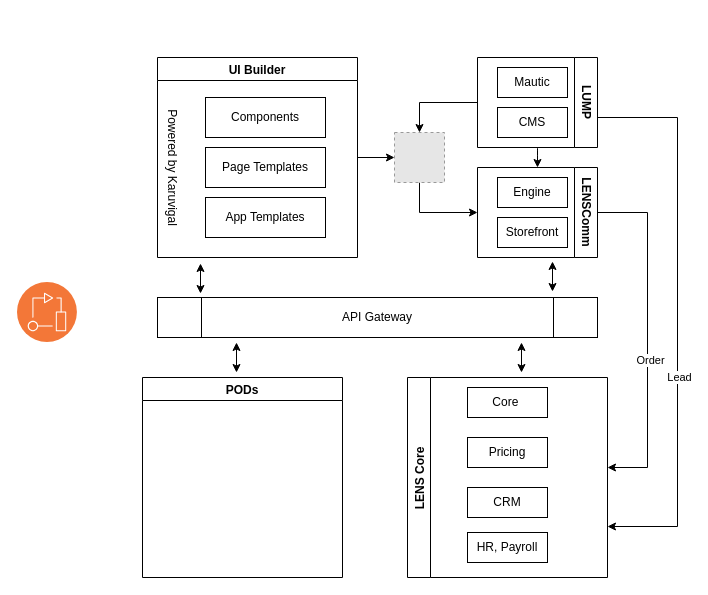
lmnaslimited/iyakkam keeps this draw.io diagram as page "Page-1" (1 of 2) of lens-hlighlevel-solution-architecture.drawio. Above is the earlier version. Source tidied: cells renumbered, new cells numbered last; positions are measured from the earlier drawing's top-left corner, leaving out a move shared by most shapes. Both pictures are drawn from the tidied source at 100%, with x=0, y=0 at pixel (17, 57). Pictures stored in the file or linked from it are replaced by grey dashed boxes.
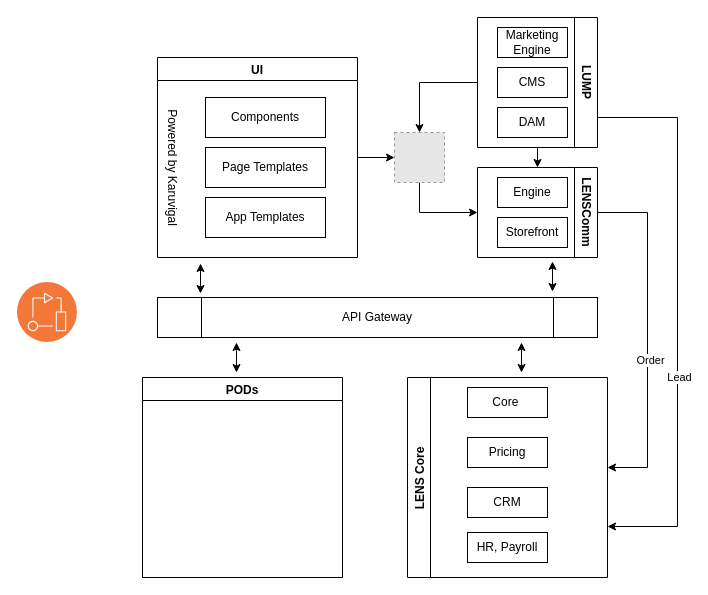
The same page after the edit.

Diff of the diagram source:
```diff
@@
-    <mxCell id="3" value="UI Builder" style="swimlane;" parent="1" vertex="1">
+    <mxCell id="3" value="UI" style="swimlane;" parent="1" vertex="1">
       <mxGeometry x="140" width="200" height="200" as="geometry" />
     </mxCell>
@@
     <mxCell id="12" value="LUMP" style="swimlane;horizontal=0;rotation=-180;" parent="1" vertex="1">
-      <mxGeometry x="460" width="120" height="90" as="geometry" />
+      <mxGeometry x="460" y="-40" width="120" height="130" as="geometry" />
     </mxCell>
@@
-    <mxCell id="14" value="Mautic" style="whiteSpace=wrap;html=1;" parent="12" vertex="1">
+    <mxCell id="14" value="Marketing Engine" style="whiteSpace=wrap;html=1;" parent="12" vertex="1">
       <mxGeometry x="20" y="10" width="70" height="30" as="geometry" />
     </mxCell>
+    <mxCell id="34" value="DAM" style="rounded=0;whiteSpace=wrap;html=1;" parent="12" vertex="1">
+      <mxGeometry x="20" y="90" width="70" height="30" as="geometry" />
+    </mxCell>
```
